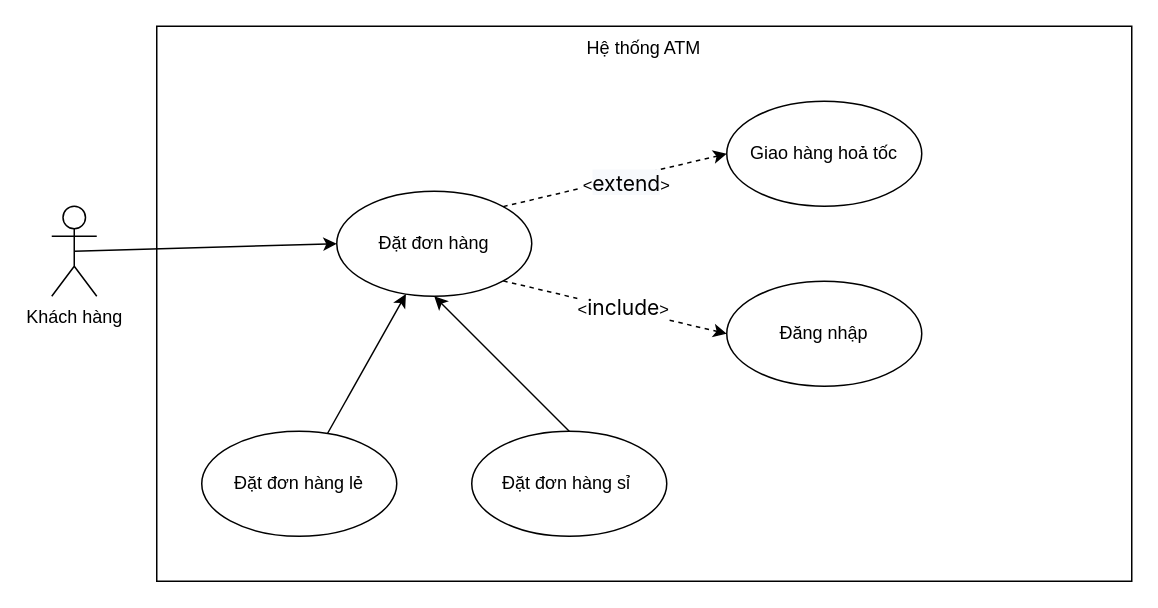
The draw.io diagram page "Page-2" (2 of 4) of BTTH03/BTTH03UC.drawio in huyhayho18/LeVanGiaHuy_B25DTCN290_IT105_Session06_BTTH03, before the edit. Source tidied: cells renumbered, new cells numbered last; positions are measured from the earlier drawing's top-left corner, leaving out a move shared by most shapes. Both pictures are drawn from the tidied source at 150%, with x=0, y=0 at pixel (51, 26).
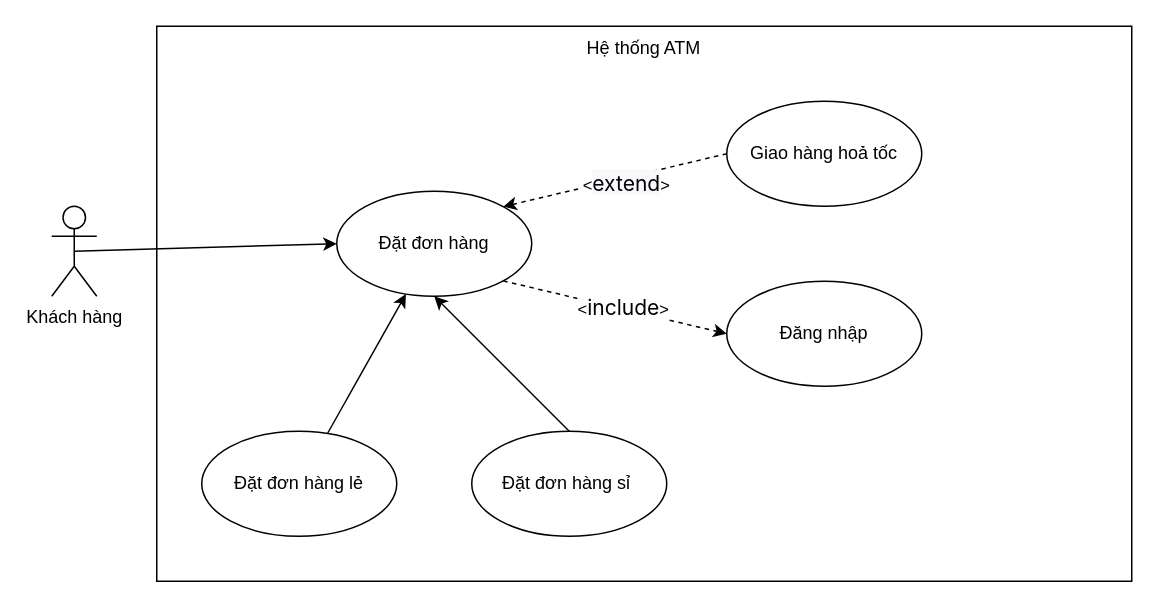
The same page after the edit.

Diff of the diagram source:
```diff
@@
 <mxGraphModel>
   <root>
     <mxCell id="0" />
     <mxCell id="1" parent="0" />
     <mxCell id="2" style="rounded=0;whiteSpace=wrap;html=1;" parent="1" vertex="1">
       <mxGeometry x="70" width="650" height="370" as="geometry" />
     </mxCell>
     <mxCell id="3" value="Khách hàng&lt;div&gt;&lt;br&gt;&lt;/div&gt;" style="shape=umlActor;verticalLabelPosition=bottom;verticalAlign=top;html=1;outlineConnect=0;" parent="1" vertex="1">
       <mxGeometry y="120" width="30" height="60" as="geometry" />
     </mxCell>
     <mxCell id="4" value="Đặt đơn hàng" style="ellipse;whiteSpace=wrap;html=1;shapeInside=1;" parent="1" vertex="1">
       <mxGeometry x="190" y="110" width="130" height="70" as="geometry" />
     </mxCell>
     <mxCell id="5" value="Giao hàng hoả tốc" style="ellipse;whiteSpace=wrap;html=1;shapeInside=1;" parent="1" vertex="1">
       <mxGeometry x="450" y="50" width="130" height="70" as="geometry" />
     </mxCell>
     <mxCell id="6" value="Đặt đơn hàng lẻ" style="ellipse;whiteSpace=wrap;html=1;shapeInside=1;" parent="1" vertex="1">
       <mxGeometry x="100" y="270" width="130" height="70" as="geometry" />
     </mxCell>
     <mxCell id="7" value="Đặt đơn hàng sỉ&amp;nbsp;" style="ellipse;whiteSpace=wrap;html=1;shapeInside=1;" parent="1" vertex="1">
       <mxGeometry x="280" y="270" width="130" height="70" as="geometry" />
     </mxCell>
     <mxCell id="8" style="endArrow=classic;html=1;rounded=0;exitX=0.5;exitY=0.5;exitDx=0;exitDy=0;exitPerimeter=0;entryX=0;entryY=0.5;entryDx=0;entryDy=0;" parent="1" edge="1" source="3" target="4">
       <mxGeometry relative="1" as="geometry" />
     </mxCell>
     <mxCell id="9" value="Đăng nhập" style="ellipse;whiteSpace=wrap;html=1;shapeInside=1;" parent="1" vertex="1">
       <mxGeometry x="450" y="170" width="130" height="70" as="geometry" />
     </mxCell>
-    <mxCell id="10" style="endArrow=classic;dashed=1;html=1;rounded=0;entryX=0;entryY=0.5;entryDx=0;entryDy=0;exitX=1;exitY=0;exitDx=0;exitDy=0;endFill=1;" parent="1" edge="1" source="4" target="5">
+    <mxCell id="10" style="endArrow=none;dashed=1;html=1;rounded=0;entryX=0;entryY=0.5;entryDx=0;entryDy=0;exitX=1;exitY=0;exitDx=0;exitDy=0;endFill=0;startArrow=classic;startFill=1;" parent="1" edge="1" source="4" target="5">
       <mxGeometry relative="1" as="geometry" />
     </mxCell>
     <mxCell id="11" value="&amp;lt;&amp;gt;" style="edgeLabel;html=1;align=center;verticalAlign=middle;" parent="10" vertex="1">
       <mxGeometry x="0.09" y="-3" relative="1" as="geometry" />
     </mxCell>
     <mxCell id="12" value="&amp;lt;&lt;span style=&quot;font-family: SFProDisplay; font-size: 14px; text-align: start; white-space: normal; background-color: rgb(247, 249, 252);&quot;&gt;extend&lt;/span&gt;&amp;gt;" style="edgeLabel;html=1;align=center;verticalAlign=middle;" parent="10" vertex="1">
       <mxGeometry x="0.09" y="-3" relative="1" as="geometry" />
     </mxCell>
     <mxCell id="13" style="endArrow=classic;dashed=1;html=1;rounded=0;entryX=0;entryY=0.5;entryDx=0;entryDy=0;exitX=1;exitY=1;exitDx=0;exitDy=0;endFill=1;" parent="1" edge="1" source="4" target="9">
       <mxGeometry relative="1" as="geometry" />
     </mxCell>
     <mxCell id="14" value="&amp;lt;&lt;span style=&quot;font-family: SFProDisplay; font-size: 14px; text-align: start; white-space: normal;&quot;&gt;include&lt;/span&gt;&amp;gt;" style="edgeLabel;html=1;align=center;verticalAlign=middle;" parent="13" vertex="1">
       <mxGeometry x="0.06" y="1" relative="1" as="geometry" />
     </mxCell>
     <mxCell id="15" style="endArrow=none;html=1;rounded=0;endFill=0;startArrow=classic;startFill=1;" parent="1" edge="1" source="4" target="6">
       <mxGeometry relative="1" as="geometry" />
     </mxCell>
     <mxCell id="16" style="endArrow=none;html=1;rounded=0;exitX=0.5;exitY=1;exitDx=0;exitDy=0;entryX=0.5;entryY=0;entryDx=0;entryDy=0;startArrow=classic;startFill=1;endFill=0;" parent="1" edge="1" source="4" target="7">
       <mxGeometry relative="1" as="geometry" />
     </mxCell>
     <mxCell id="17" value="Hệ thống ATM" style="text;html=1;whiteSpace=wrap;strokeColor=none;fillColor=none;align=center;verticalAlign=middle;rounded=0;" parent="1" vertex="1">
       <mxGeometry x="335" width="120" height="30" as="geometry" />
     </mxCell>
   </root>
 </mxGraphModel>
```
